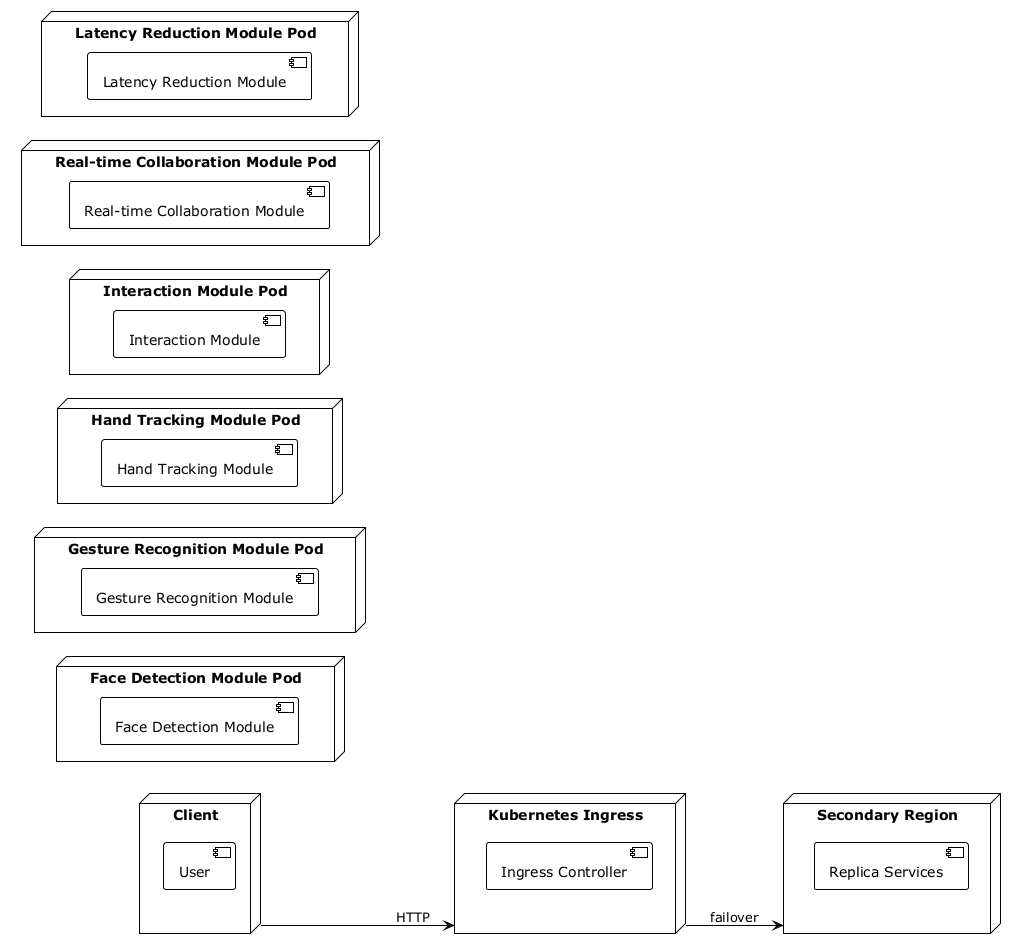
This is data/outputs/deployment_view.png from hanaAbdelwahab/GPARCHIMIND, a PlantUML export, as it was before one commit. The source it was exported from:
```plantuml
@startuml
!theme plain
left to right direction
node "Client" {
  component "User"
}
node "Kubernetes Ingress" as IngressController {
  component "Ingress Controller"
}
node "Face Detection Module Pod" as FaceDetectionModulePod {
  component "Face Detection Module"
}
node "Gesture Recognition Module Pod" as GestureRecognitionModulePod {
  component "Gesture Recognition Module"
}
node "Hand Tracking Module Pod" as HandTrackingModulePod {
  component "Hand Tracking Module"
}
node "Interaction Module Pod" as InteractionModulePod {
  component "Interaction Module"
}
node "Real-time Collaboration Module Pod" as RealtimeCollaborationModulePod {
  component "Real-time Collaboration Module"
}
node "Latency Reduction Module Pod" as LatencyReductionModulePod {
  component "Latency Reduction Module"
}
Client --> IngressController : HTTP
node "Secondary Region" as SecondaryRegion {
  component "Replica Services"
}
IngressController --> SecondaryRegion : failover
@enduml
```
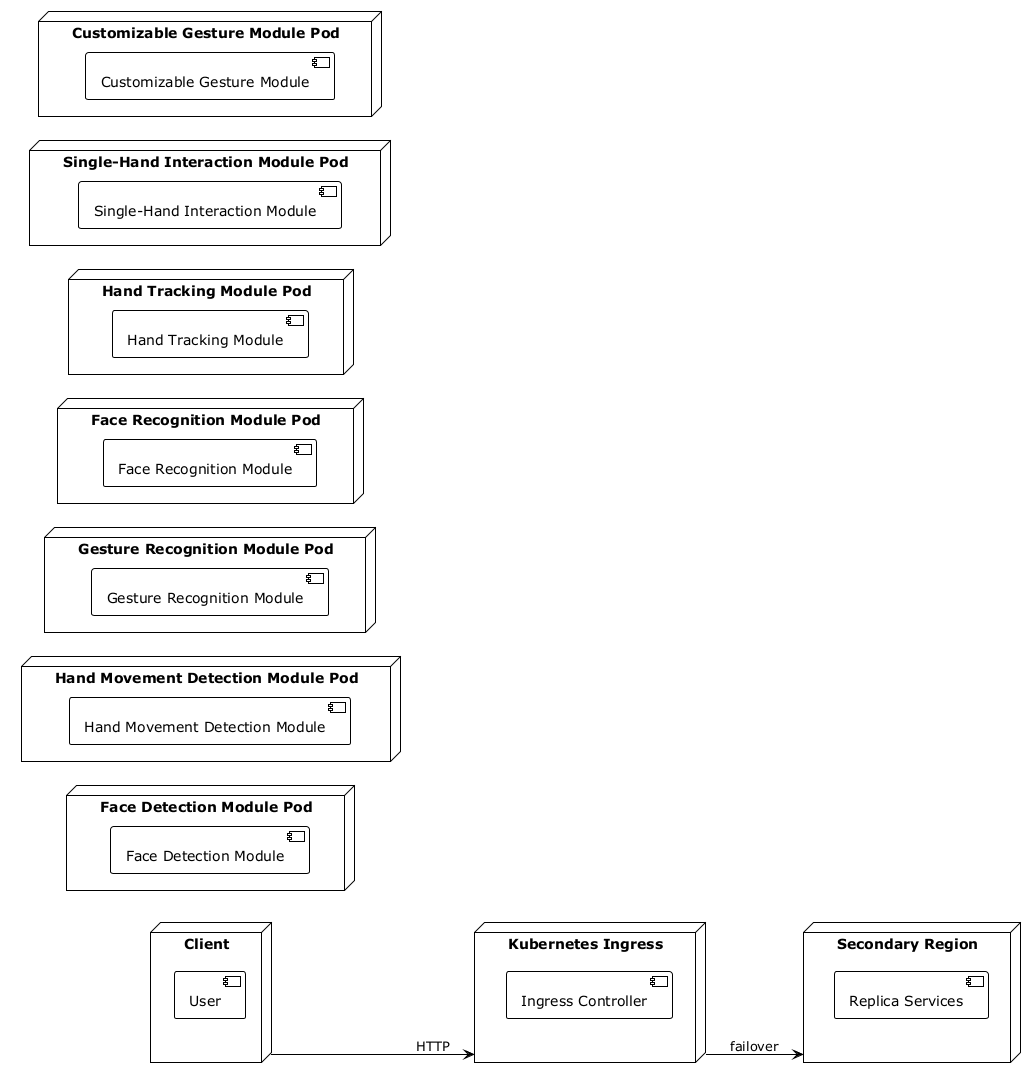
The same file after the commit.

What changed in the source:
```diff
@@ -10,20 +10,23 @@
 node "Face Detection Module Pod" as FaceDetectionModulePod {
   component "Face Detection Module"
 }
+node "Hand Movement Detection Module Pod" as HandMovementDetectionModulePod {
+  component "Hand Movement Detection Module"
+}
 node "Gesture Recognition Module Pod" as GestureRecognitionModulePod {
   component "Gesture Recognition Module"
+}
+node "Face Recognition Module Pod" as FaceRecognitionModulePod {
+  component "Face Recognition Module"
 }
 node "Hand Tracking Module Pod" as HandTrackingModulePod {
   component "Hand Tracking Module"
 }
-node "Interaction Module Pod" as InteractionModulePod {
-  component "Interaction Module"
+node "Single-Hand Interaction Module Pod" as SingleHandInteractionModulePod {
+  component "Single-Hand Interaction Module"
 }
-node "Real-time Collaboration Module Pod" as RealtimeCollaborationModulePod {
-  component "Real-time Collaboration Module"
-}
-node "Latency Reduction Module Pod" as LatencyReductionModulePod {
-  component "Latency Reduction Module"
+node "Customizable Gesture Module Pod" as CustomizableGestureModulePod {
+  component "Customizable Gesture Module"
 }
 Client --> IngressController : HTTP
 node "Secondary Region" as SecondaryRegion {
```
